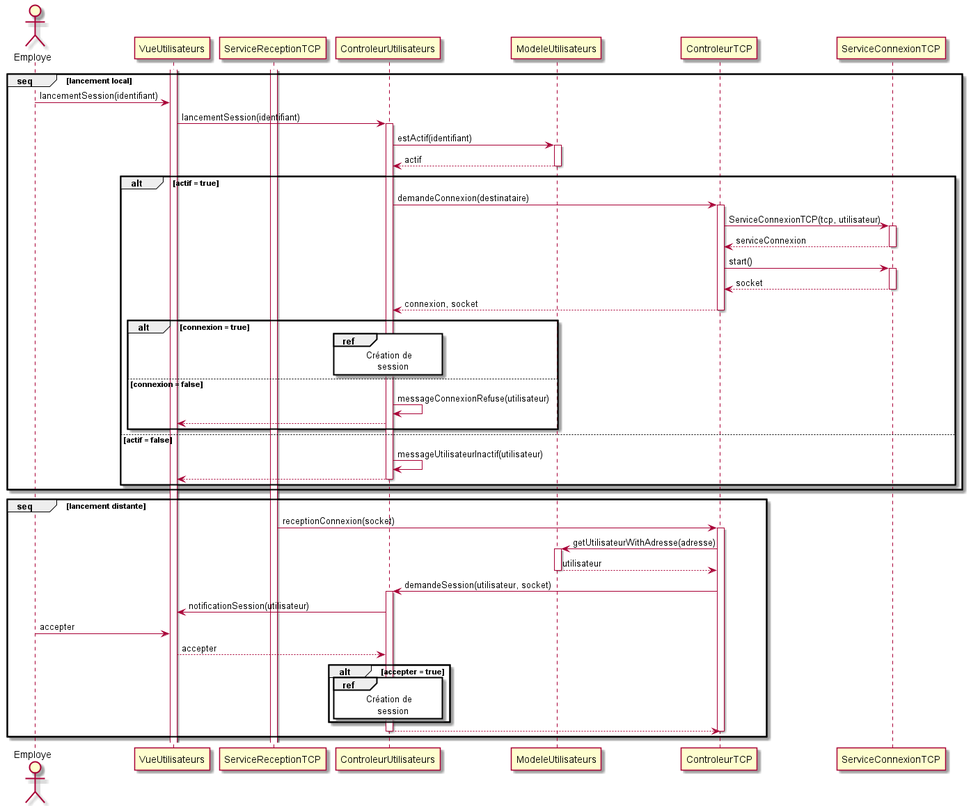
arc-hugo/clavardage_uml keeps this PlantUML diagram as sequence/lancement_session.png. Above is the earlier version.
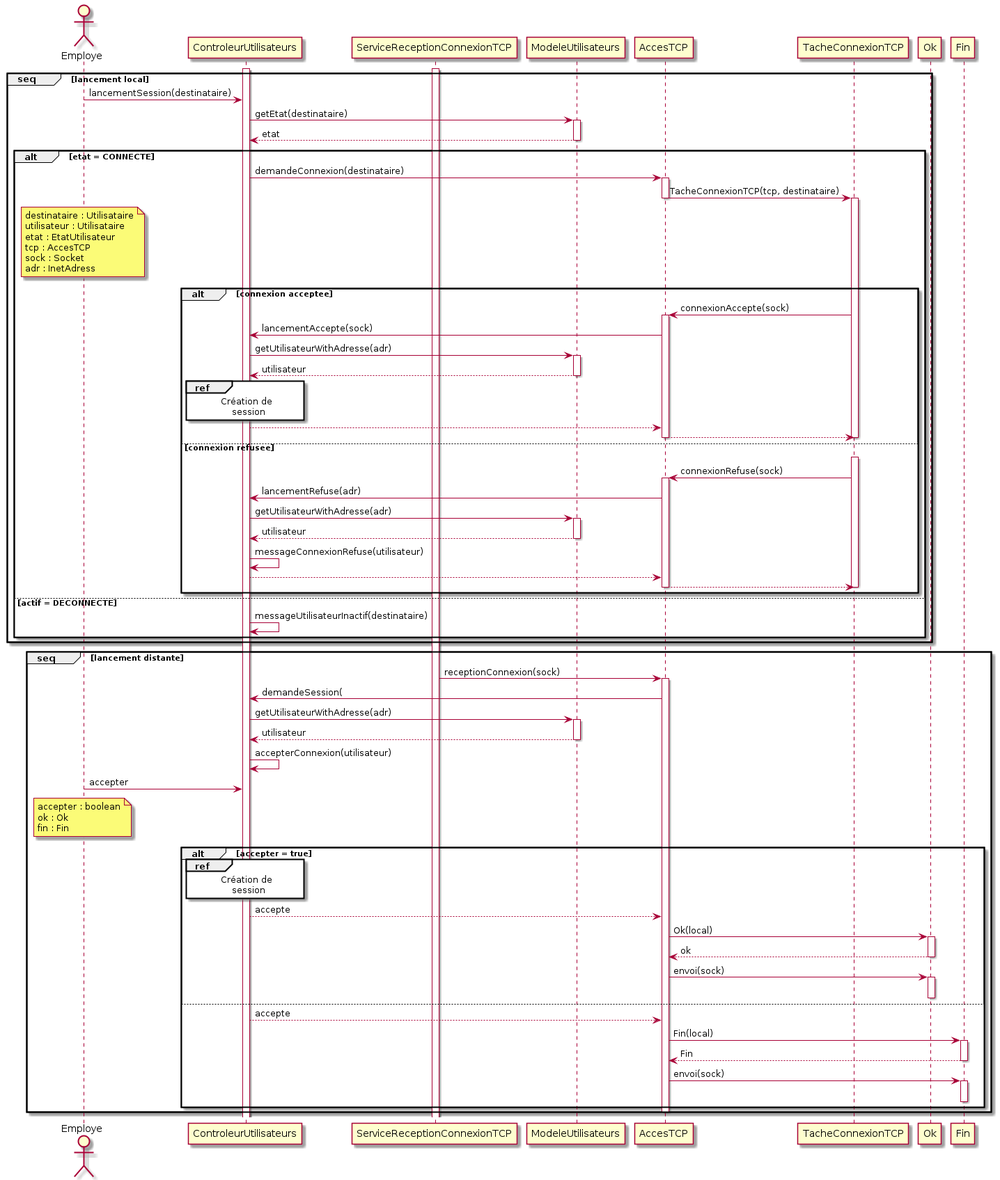
The same diagram one commit later.

The edit, as a diff of the source:
```diff
@@ -1,63 +1,101 @@
 @startuml lancement_session
 actor Employe
-activate VueUtilisateurs
-activate ServiceReceptionTCP
+activate ControleurUtilisateurs
+activate ServiceReceptionConnexionTCP
 group seq [lancement local]
-    Employe -> VueUtilisateurs : lancementSession(identifiant)
-    VueUtilisateurs -> ControleurUtilisateurs : lancementSession(identifiant)
-    activate ControleurUtilisateurs
-    ControleurUtilisateurs -> ModeleUtilisateurs : estActif(identifiant)
+    Employe -> ControleurUtilisateurs : lancementSession(destinataire)
+    ControleurUtilisateurs -> ModeleUtilisateurs : getEtat(destinataire)
     activate ModeleUtilisateurs
-    ModeleUtilisateurs --> ControleurUtilisateurs : actif
+    ModeleUtilisateurs --> ControleurUtilisateurs : etat
     deactivate ModeleUtilisateurs
-    alt actif = true
-        ControleurUtilisateurs -> ControleurTCP : demandeConnexion(destinataire)
-        activate ControleurTCP
-        ControleurTCP -> ServiceConnexionTCP : ServiceConnexionTCP(tcp, utilisateur)
-        activate ServiceConnexionTCP
-        ServiceConnexionTCP --> ControleurTCP : serviceConnexion
-        deactivate ServiceConnexionTCP
-        ControleurTCP -> ServiceConnexionTCP : start()
-        activate ServiceConnexionTCP
-        ServiceConnexionTCP --> ControleurTCP : socket
-        deactivate ServiceConnexionTCP
-        ControleurTCP --> ControleurUtilisateurs : connexion, socket
-        deactivate ControleurTCP
-        alt connexion = true
+    alt etat = CONNECTE
+        ControleurUtilisateurs -> AccesTCP : demandeConnexion(destinataire)
+        activate AccesTCP
+        AccesTCP -> TacheConnexionTCP : TacheConnexionTCP(tcp, destinataire)
+        note over Employe
+        destinataire : Utilisataire
+        utilisateur : Utilisataire
+        etat : EtatUtilisateur
+        tcp : AccesTCP
+        sock : Socket
+        adr : InetAdress
+        end note
+        deactivate AccesTCP
+        activate TacheConnexionTCP
+        alt connexion acceptee
+            TacheConnexionTCP -> AccesTCP : connexionAccepte(sock)
+            activate AccesTCP
+            AccesTCP -> ControleurUtilisateurs : lancementAccepte(sock)
+            ControleurUtilisateurs -> ModeleUtilisateurs : getUtilisateurWithAdresse(adr)
+            activate ModeleUtilisateurs
+            ModeleUtilisateurs --> ControleurUtilisateurs : utilisateur
+            deactivate ModeleUtilisateurs
             ref over ControleurUtilisateurs
                 Création de
                     session
             end ref
-        else connexion = false
+            ControleurUtilisateurs --> AccesTCP
+            AccesTCP --> TacheConnexionTCP
+            deactivate AccesTCP
+            deactivate TacheConnexionTCP
+        else connexion refusee
+            TacheConnexionTCP -[hidden]-> ControleurUtilisateurs
+            activate TacheConnexionTCP
+            TacheConnexionTCP -> AccesTCP : connexionRefuse(sock)
+            activate AccesTCP
+            AccesTCP -> ControleurUtilisateurs : lancementRefuse(adr)
+            ControleurUtilisateurs -> ModeleUtilisateurs : getUtilisateurWithAdresse(adr)
+            activate ModeleUtilisateurs
+            ModeleUtilisateurs --> ControleurUtilisateurs : utilisateur
+            deactivate ModeleUtilisateurs
             ControleurUtilisateurs -> ControleurUtilisateurs : messageConnexionRefuse(utilisateur)
-            ControleurUtilisateurs --> VueUtilisateurs
+            ControleurUtilisateurs --> AccesTCP
+            AccesTCP --> TacheConnexionTCP
+            deactivate AccesTCP
+            deactivate TacheConnexionTCP
         end
-    else actif = false
-        ControleurUtilisateurs -> ControleurUtilisateurs : messageUtilisateurInactif(utilisateur)
-        ControleurUtilisateurs --> VueUtilisateurs
-        deactivate ControleurUtilisateurs
+    else actif = DECONNECTE
+        ControleurUtilisateurs -> ControleurUtilisateurs : messageUtilisateurInactif(destinataire)
     end
 end
 group seq [lancement distante]
-    ServiceReceptionTCP -> ControleurTCP : receptionConnexion(socket)
-    activate ControleurTCP
-    ControleurTCP -> ModeleUtilisateurs : getUtilisateurWithAdresse(adresse)
+    ServiceReceptionConnexionTCP -> AccesTCP : receptionConnexion(sock)
+    activate AccesTCP
+    AccesTCP -> ControleurUtilisateurs : demandeSession(
+    ControleurUtilisateurs -> ModeleUtilisateurs : getUtilisateurWithAdresse(adr)
     activate ModeleUtilisateurs
-    ModeleUtilisateurs --> ControleurTCP : utilisateur
+    ModeleUtilisateurs --> ControleurUtilisateurs : utilisateur
     deactivate ModeleUtilisateurs
-    ControleurTCP -> ControleurUtilisateurs : demandeSession(utilisateur, socket)
-    activate ControleurUtilisateurs
-    ControleurUtilisateurs -> VueUtilisateurs : notificationSession(utilisateur)
-    Employe -> VueUtilisateurs : accepter
-    VueUtilisateurs --> ControleurUtilisateurs : accepter
+    ControleurUtilisateurs -> ControleurUtilisateurs : accepterConnexion(utilisateur)
+    Employe -> ControleurUtilisateurs : accepter
+    note over Employe
+    accepter : boolean
+    ok : Ok
+    fin : Fin
+    end note
     alt accepter = true
         ref over ControleurUtilisateurs
             Création de
                 session
         end ref
+        ControleurUtilisateurs --> AccesTCP : accepte
+        AccesTCP -> Ok : Ok(local)
+        activate Ok
+        Ok --> AccesTCP : ok
+        deactivate Ok
+        AccesTCP -> Ok : envoi(sock)
+        activate Ok
+        deactivate Ok
+    else
+        ControleurUtilisateurs --> AccesTCP : accepte
+        AccesTCP -> Fin : Fin(local)
+        activate Fin
+        Fin --> AccesTCP : Fin
+        deactivate Fin
+        AccesTCP -> Fin : envoi(sock)
+        activate Fin
+        deactivate Fin
     end
-    ControleurUtilisateurs --> ControleurTCP
-    deactivate ControleurUtilisateurs
-    deactivate ControleurTCP
+    deactivate AccesTCP
 end
 @enduml
```
